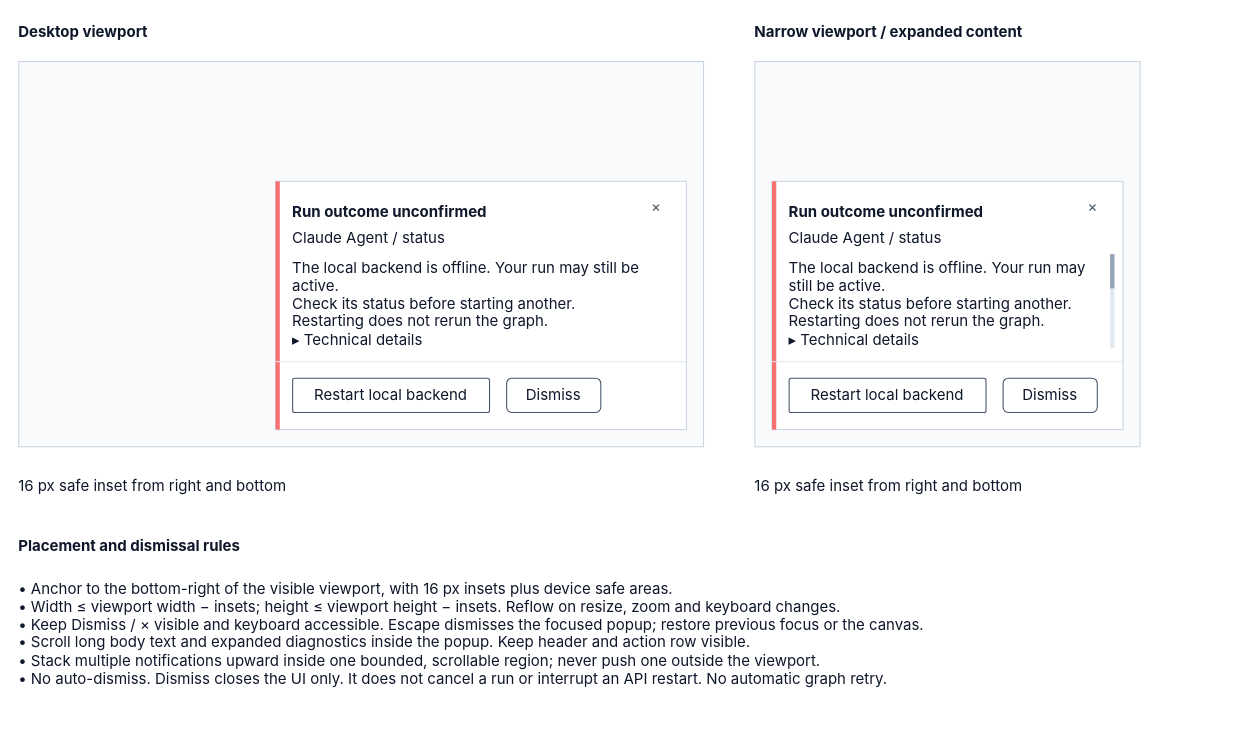
This is page "Popup placement and dismissal" (6 of 6) of projects/laomedo/subsystems/agent-execution/design/local-runner-recovery.drawio from amadou-6e/specs, a draw.io file, before an edit. Source tidied: cells renumbered, new cells numbered last; positions are measured from the earlier drawing's top-left corner, leaving out a move shared by most shapes. Both pictures are drawn from the tidied source at 107%, with x=0, y=0 at pixel (18, 18).
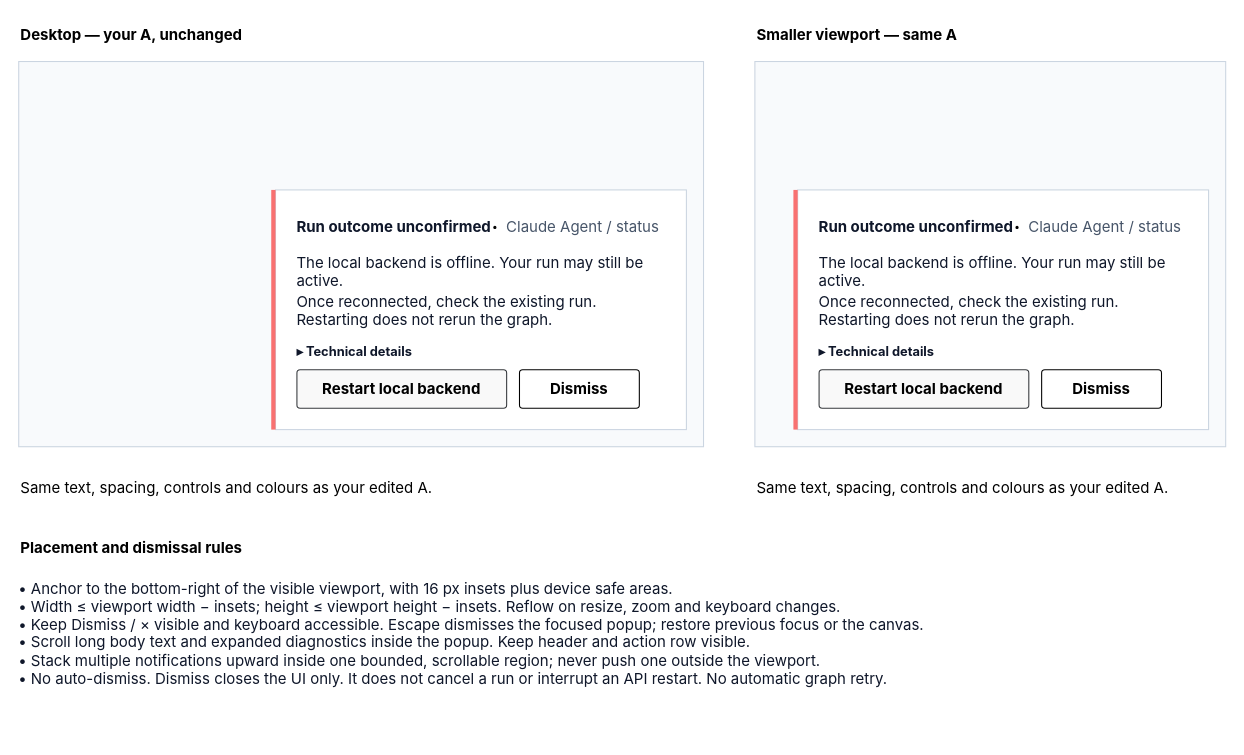
Above is the later version.

Commit message:
Use actual user-edited A in placement examples

What changed in the source:
```diff
@@
-    <mxCell id="2" value="Desktop viewport" style="fontFamily=Inter,Arial,sans-serif;fontSize=14;whiteSpace=wrap;html=1;text;fillColor=none;strokeColor=none;align=left;verticalAlign=top;spacing=0;fontColor=#0F172A;fontStyle=1;" parent="1" vertex="1">
-      <mxGeometry width="640" height="24" as="geometry" />
-    </mxCell>
-    <mxCell id="3" style="fontFamily=Inter,Arial,sans-serif;fontSize=14;whiteSpace=wrap;html=1;fillColor=#F8FAFC;strokeColor=#CBD5E1;" parent="1" vertex="1">
-      <mxGeometry y="40" width="640" height="360" as="geometry" />
-    </mxCell>
-    <mxCell id="4" style="fontFamily=Inter,Arial,sans-serif;fontSize=14;whiteSpace=wrap;html=1;fillColor=#FFFFFF;strokeColor=#CBD5E1;" parent="1" vertex="1">
-      <mxGeometry x="240" y="152" width="384" height="232" as="geometry" />
-    </mxCell>
-    <mxCell id="5" style="fontFamily=Inter,Arial,sans-serif;fontSize=14;whiteSpace=wrap;html=1;fillColor=#F87171;strokeColor=none;" parent="1" vertex="1">
-      <mxGeometry x="240" y="152" width="4" height="232" as="geometry" />
-    </mxCell>
-    <mxCell id="6" value="Run outcome unconfirmed" style="fontFamily=Inter,Arial,sans-serif;fontSize=14;whiteSpace=wrap;html=1;text;fillColor=none;strokeColor=none;align=left;verticalAlign=top;spacing=0;fontColor=#0F172A;fontStyle=1;" parent="1" vertex="1">
-      <mxGeometry x="256" y="168" width="320" height="24" as="geometry" />
-    </mxCell>
-    <mxCell id="7" value="×" style="fontFamily=Inter,Arial,sans-serif;fontSize=14;whiteSpace=wrap;html=1;fillColor=none;strokeColor=none;align=center;verticalAlign=middle;fontColor=#475569;" parent="1" vertex="1">
-      <mxGeometry x="580" y="160" width="32" height="32" as="geometry" />
-    </mxCell>
-    <mxCell id="8" value="Claude Agent / status" style="fontFamily=Inter,Arial,sans-serif;fontSize=14;whiteSpace=wrap;html=1;text;fillColor=none;strokeColor=none;align=left;verticalAlign=top;spacing=0;fontColor=#0F172A;fontStyle=0;" parent="1" vertex="1">
-      <mxGeometry x="256" y="192" width="352" height="24" as="geometry" />
-    </mxCell>
-    <mxCell id="9" value="The local backend is offline. Your run may still be active.&lt;br&gt;Check its status before starting another.&lt;br&gt;Restarting does not rerun the graph.&lt;br&gt;▸ Technical details" style="fontFamily=Inter,Arial,sans-serif;fontSize=14;whiteSpace=wrap;html=1;text;fillColor=none;strokeColor=none;align=left;verticalAlign=top;spacing=0;fontColor=#0F172A;fontStyle=0;" parent="1" vertex="1">
-      <mxGeometry x="256" y="220" width="344" height="88" as="geometry" />
-    </mxCell>
-    <mxCell id="10" style="fontFamily=Inter,Arial,sans-serif;fontSize=14;whiteSpace=wrap;html=1;fillColor=#E2E8F0;strokeColor=none;" parent="1" vertex="1">
-      <mxGeometry x="240" y="320" width="384" height="1" as="geometry" />
-    </mxCell>
-    <mxCell id="11" value="Restart local backend" style="fontFamily=Inter,Arial,sans-serif;fontSize=14;whiteSpace=wrap;html=1;fillColor=#FFFFFF;strokeColor=#475569;fontColor=#0F172A;rounded=1;arcSize=6;" parent="1" vertex="1">
-      <mxGeometry x="256" y="336" width="184" height="32" as="geometry" />
-    </mxCell>
-    <mxCell id="12" value="16 px safe inset from right and bottom" style="fontFamily=Inter,Arial,sans-serif;fontSize=14;whiteSpace=wrap;html=1;text;fillColor=none;strokeColor=none;align=left;verticalAlign=top;spacing=0;fontColor=#0F172A;fontStyle=0;" parent="1" vertex="1">
-      <mxGeometry y="424" width="640" height="24" as="geometry" />
-    </mxCell>
-    <mxCell id="13" value="Narrow viewport / expanded content" style="fontFamily=Inter,Arial,sans-serif;fontSize=14;whiteSpace=wrap;html=1;text;fillColor=none;strokeColor=none;align=left;verticalAlign=top;spacing=0;fontColor=#0F172A;fontStyle=1;" parent="1" vertex="1">
-      <mxGeometry x="688" width="360" height="24" as="geometry" />
-    </mxCell>
-    <mxCell id="14" style="fontFamily=Inter,Arial,sans-serif;fontSize=14;whiteSpace=wrap;html=1;fillColor=#F8FAFC;strokeColor=#CBD5E1;" parent="1" vertex="1">
-      <mxGeometry x="688" y="40" width="360" height="360" as="geometry" />
-    </mxCell>
-    <mxCell id="15" style="fontFamily=Inter,Arial,sans-serif;fontSize=14;whiteSpace=wrap;html=1;fillColor=#FFFFFF;strokeColor=#CBD5E1;" parent="1" vertex="1">
-      <mxGeometry x="704" y="152" width="328" height="232" as="geometry" />
-    </mxCell>
-    <mxCell id="16" style="fontFamily=Inter,Arial,sans-serif;fontSize=14;whiteSpace=wrap;html=1;fillColor=#F87171;strokeColor=none;" parent="1" vertex="1">
-      <mxGeometry x="704" y="152" width="4" height="232" as="geometry" />
-    </mxCell>
-    <mxCell id="17" value="Run outcome unconfirmed" style="fontFamily=Inter,Arial,sans-serif;fontSize=14;whiteSpace=wrap;html=1;text;fillColor=none;strokeColor=none;align=left;verticalAlign=top;spacing=0;fontColor=#0F172A;fontStyle=1;" parent="1" vertex="1">
-      <mxGeometry x="720" y="168" width="264" height="24" as="geometry" />
-    </mxCell>
-    <mxCell id="18" value="×" style="fontFamily=Inter,Arial,sans-serif;fontSize=14;whiteSpace=wrap;html=1;fillColor=none;strokeColor=none;align=center;verticalAlign=middle;fontColor=#475569;" parent="1" vertex="1">
-      <mxGeometry x="988" y="160" width="32" height="32" as="geometry" />
-    </mxCell>
-    <mxCell id="19" value="Claude Agent / status" style="fontFamily=Inter,Arial,sans-serif;fontSize=14;whiteSpace=wrap;html=1;text;fillColor=none;strokeColor=none;align=left;verticalAlign=top;spacing=0;fontColor=#0F172A;fontStyle=0;" parent="1" vertex="1">
-      <mxGeometry x="720" y="192" width="296" height="24" as="geometry" />
-    </mxCell>
-    <mxCell id="20" value="The local backend is offline. Your run may still be active.&lt;br&gt;Check its status before starting another.&lt;br&gt;Restarting does not rerun the graph.&lt;br&gt;▸ Technical details" style="fontFamily=Inter,Arial,sans-serif;fontSize=14;whiteSpace=wrap;html=1;text;fillColor=none;strokeColor=none;align=left;verticalAlign=top;spacing=0;fontColor=#0F172A;fontStyle=0;" parent="1" vertex="1">
-      <mxGeometry x="720" y="220" width="288" height="88" as="geometry" />
-    </mxCell>
-    <mxCell id="21" style="fontFamily=Inter,Arial,sans-serif;fontSize=14;whiteSpace=wrap;html=1;fillColor=#E2E8F0;strokeColor=none;" parent="1" vertex="1">
-      <mxGeometry x="1020" y="220" width="4" height="88" as="geometry" />
-    </mxCell>
-    <mxCell id="22" style="fontFamily=Inter,Arial,sans-serif;fontSize=14;whiteSpace=wrap;html=1;fillColor=#94A3B8;strokeColor=none;" parent="1" vertex="1">
-      <mxGeometry x="1020" y="220" width="4" height="32" as="geometry" />
-    </mxCell>
-    <mxCell id="23" style="fontFamily=Inter,Arial,sans-serif;fontSize=14;whiteSpace=wrap;html=1;fillColor=#E2E8F0;strokeColor=none;" parent="1" vertex="1">
-      <mxGeometry x="704" y="320" width="328" height="1" as="geometry" />
-    </mxCell>
-    <mxCell id="24" value="Restart local backend" style="fontFamily=Inter,Arial,sans-serif;fontSize=14;whiteSpace=wrap;html=1;fillColor=#FFFFFF;strokeColor=#475569;fontColor=#0F172A;rounded=1;arcSize=6;" parent="1" vertex="1">
-      <mxGeometry x="720" y="336" width="184" height="32" as="geometry" />
-    </mxCell>
-    <mxCell id="25" value="16 px safe inset from right and bottom" style="fontFamily=Inter,Arial,sans-serif;fontSize=14;whiteSpace=wrap;html=1;text;fillColor=none;strokeColor=none;align=left;verticalAlign=top;spacing=0;fontColor=#0F172A;fontStyle=0;" parent="1" vertex="1">
-      <mxGeometry x="688" y="424" width="360" height="24" as="geometry" />
-    </mxCell>
+    <mxCell id="27" value="• Anchor to the bottom-right of the visible viewport, with 16 px insets plus device safe areas.&lt;br&gt;• Width ≤ viewport width − insets; height ≤ viewport height − insets. Reflow on resize, zoom and keyboard changes.&lt;br&gt;• Keep Dismiss / × visible and keyboard accessible. Escape dismisses the focused popup; restore previous focus or the canvas.&lt;br&gt;• Scroll long body text and expanded diagnostics inside the popup. Keep header and action row visible.&lt;br&gt;• Stack multiple notifications upward inside one bounded, scrollable region; never push one outside the viewport.&lt;br&gt;• No auto-dismiss. Dismiss closes the UI only. It does not cancel a run or interrupt an API restart. No automatic graph retry." style="fontFamily=Inter,Arial,sans-serif;fontSize=14;whiteSpace=wrap;html=1;text;fillColor=none;strokeColor=none;align=left;verticalAlign=top;spacing=0;fontColor=#0F172A;fontStyle=0;" parent="1" vertex="1">
+      <mxGeometry y="520" width="1048" height="152" as="geometry" />
+    </mxCell>
+    <mxCell id="30" style="fillColor=#F8FAFC;strokeColor=#CBD5E1;" parent="1" vertex="1">
+      <mxGeometry y="40" width="640" height="360" as="geometry" />
+    </mxCell>
+    <mxCell id="31" value="Desktop — your A, unchanged" style="text;fontFamily=Inter,Arial,sans-serif;fontSize=14;whiteSpace=wrap;html=1;fillColor=none;strokeColor=none;align=left;verticalAlign=top;fontStyle=1;" parent="1" vertex="1">
+      <mxGeometry width="640" height="24" as="geometry" />
+    </mxCell>
+    <mxCell id="32" style="fontFamily=Inter,Arial,sans-serif;fontSize=14;whiteSpace=wrap;html=1;rounded=0;arcSize=8;absoluteArcSize=1;fillColor=#FFFFFF;strokeColor=#CBD5E1;" parent="1" vertex="1">
+      <mxGeometry x="240" y="160" width="384" height="224" as="geometry" />
+    </mxCell>
+    <mxCell id="33" style="fillColor=#F87171;strokeColor=none;" parent="1" vertex="1">
+      <mxGeometry x="236" y="160" width="4" height="224" as="geometry" />
+    </mxCell>
+    <mxCell id="34" value="&lt;div style=&quot;line-height:22px;&quot;&gt;Run outcome unconfirmed&lt;/div&gt;" style="fontFamily=Inter,Arial,sans-serif;fontSize=14;whiteSpace=wrap;html=1;text;strokeColor=none;fillColor=none;align=left;verticalAlign=top;spacing=0;fontColor=#0F172A;fontStyle=1;" parent="1" vertex="1">
+      <mxGeometry x="260" y="179" width="300" height="24" as="geometry" />
+    </mxCell>
+    <mxCell id="35" value="&lt;div style=&quot;line-height:22px;&quot;&gt;Claude Agent / status&lt;/div&gt;" style="fontFamily=Inter,Arial,sans-serif;fontSize=14;whiteSpace=wrap;html=1;text;strokeColor=none;fillColor=none;align=left;verticalAlign=top;spacing=0;fontColor=#475569;fontStyle=0;" parent="1" vertex="1">
+      <mxGeometry x="456" y="179" width="152" height="24" as="geometry" />
+    </mxCell>
+    <mxCell id="36" value="&lt;div&gt;The local backend is offline. Your run may still be active.&lt;/div&gt;" style="fontFamily=Inter,Arial,sans-serif;fontSize=14;whiteSpace=wrap;html=1;text;strokeColor=none;fillColor=none;align=left;verticalAlign=top;spacing=0;fontColor=#0F172A;fontStyle=0;" parent="1" vertex="1">
+      <mxGeometry x="260" y="215" width="344" height="48" as="geometry" />
+    </mxCell>
+    <mxCell id="37" value="Restart local backend" style="fontFamily=Inter,Arial,sans-serif;fontSize=14;whiteSpace=wrap;html=1;rounded=1;arcSize=6;absoluteArcSize=1;fillColor=#F9F9F9;strokeColor=#36393d;fontStyle=1;align=center;verticalAlign=middle;" parent="1" vertex="1">
+      <mxGeometry x="260" y="328" width="196" height="36" as="geometry" />
+    </mxCell>
+    <mxCell id="38" value="&lt;div&gt;Once reconnected, check the existing run.&lt;br&gt;Restarting does not rerun the graph.&lt;/div&gt;" style="fontFamily=Inter,Arial,sans-serif;fontSize=14;whiteSpace=wrap;html=1;text;strokeColor=none;fillColor=none;align=left;verticalAlign=top;spacing=0;fontColor=#0F172A;fontStyle=0;" parent="1" vertex="1">
+      <mxGeometry x="260" y="252" width="344" height="44" as="geometry" />
+    </mxCell>
+    <mxCell id="39" value="&lt;div style=&quot;line-height:22px;&quot;&gt;&lt;font style=&quot;font-size: 12px;&quot;&gt;▸ Technical details&lt;/font&gt;&lt;/div&gt;" style="fontFamily=Inter,Arial,sans-serif;fontSize=14;whiteSpace=wrap;html=1;text;strokeColor=none;fillColor=none;align=left;verticalAlign=top;spacing=0;fontColor=#0F172A;fontStyle=1;" parent="1" vertex="1">
+      <mxGeometry x="260" y="295" width="344" height="24" as="geometry" />
+    </mxCell>
+    <mxCell id="40" style="ellipse;whiteSpace=wrap;html=1;shapeInside=1;fillColor=#000000;" parent="1" vertex="1">
+      <mxGeometry x="444" y="194" width="2" height="2" as="geometry" />
+    </mxCell>
+    <mxCell id="41" value="Dismiss" style="fontFamily=Inter,Arial,sans-serif;fontSize=14;whiteSpace=wrap;html=1;rounded=1;arcSize=6;absoluteArcSize=1;fontStyle=1;align=center;verticalAlign=middle;" parent="1" vertex="1">
+      <mxGeometry x="468" y="328" width="112" height="36" as="geometry" />
+    </mxCell>
+    <mxCell id="42" value="Same text, spacing, controls and colours as your edited A." style="text;fontFamily=Inter,Arial,sans-serif;fontSize=14;whiteSpace=wrap;html=1;fillColor=none;strokeColor=none;align=left;verticalAlign=top;" parent="1" vertex="1">
+      <mxGeometry y="424" width="640" height="40" as="geometry" />
+    </mxCell>
+    <mxCell id="43" style="fillColor=#F8FAFC;strokeColor=#CBD5E1;" parent="1" vertex="1">
+      <mxGeometry x="688" y="40" width="440" height="360" as="geometry" />
+    </mxCell>
+    <mxCell id="44" value="Smaller viewport — same A" style="text;fontFamily=Inter,Arial,sans-serif;fontSize=14;whiteSpace=wrap;html=1;fillColor=none;strokeColor=none;align=left;verticalAlign=top;fontStyle=1;" parent="1" vertex="1">
+      <mxGeometry x="688" width="440" height="24" as="geometry" />
+    </mxCell>
+    <mxCell id="45" style="fontFamily=Inter,Arial,sans-serif;fontSize=14;whiteSpace=wrap;html=1;rounded=0;arcSize=8;absoluteArcSize=1;fillColor=#FFFFFF;strokeColor=#CBD5E1;" parent="1" vertex="1">
+      <mxGeometry x="728" y="160" width="384" height="224" as="geometry" />
+    </mxCell>
+    <mxCell id="46" style="fillColor=#F87171;strokeColor=none;" parent="1" vertex="1">
+      <mxGeometry x="724" y="160" width="4" height="224" as="geometry" />
+    </mxCell>
+    <mxCell id="47" value="&lt;div style=&quot;line-height:22px;&quot;&gt;Run outcome unconfirmed&lt;/div&gt;" style="fontFamily=Inter,Arial,sans-serif;fontSize=14;whiteSpace=wrap;html=1;text;strokeColor=none;fillColor=none;align=left;verticalAlign=top;spacing=0;fontColor=#0F172A;fontStyle=1;" parent="1" vertex="1">
+      <mxGeometry x="748" y="179" width="300" height="24" as="geometry" />
+    </mxCell>
+    <mxCell id="48" value="&lt;div style=&quot;line-height:22px;&quot;&gt;Claude Agent / status&lt;/div&gt;" style="fontFamily=Inter,Arial,sans-serif;fontSize=14;whiteSpace=wrap;html=1;text;strokeColor=none;fillColor=none;align=left;verticalAlign=top;spacing=0;fontColor=#475569;fontStyle=0;" parent="1" vertex="1">
+      <mxGeometry x="944" y="179" width="152" height="24" as="geometry" />
+    </mxCell>
+    <mxCell id="49" value="&lt;div&gt;The local backend is offline. Your run may still be active.&lt;/div&gt;" style="fontFamily=Inter,Arial,sans-serif;fontSize=14;whiteSpace=wrap;html=1;text;strokeColor=none;fillColor=none;align=left;verticalAlign=top;spacing=0;fontColor=#0F172A;fontStyle=0;" parent="1" vertex="1">
+      <mxGeometry x="748" y="215" width="344" height="48" as="geometry" />
+    </mxCell>
+    <mxCell id="50" value="Restart local backend" style="fontFamily=Inter,Arial,sans-serif;fontSize=14;whiteSpace=wrap;html=1;rounded=1;arcSize=6;absoluteArcSize=1;fillColor=#F9F9F9;strokeColor=#36393d;fontStyle=1;align=center;verticalAlign=middle;" parent="1" vertex="1">
+      <mxGeometry x="748" y="328" width="196" height="36" as="geometry" />
+    </mxCell>
+    <mxCell id="51" value="&lt;div&gt;Once reconnected, check the existing run.&lt;br&gt;Restarting does not rerun the graph.&lt;/div&gt;" style="fontFamily=Inter,Arial,sans-serif;fontSize=14;whiteSpace=wrap;html=1;text;strokeColor=none;fillColor=none;align=left;verticalAlign=top;spacing=0;fontColor=#0F172A;fontStyle=0;" parent="1" vertex="1">
+      <mxGeometry x="748" y="252" width="344" height="44" as="geometry" />
+    </mxCell>
+    <mxCell id="52" value="&lt;div style=&quot;line-height:22px;&quot;&gt;&lt;font style=&quot;font-size: 12px;&quot;&gt;▸ Technical details&lt;/font&gt;&lt;/div&gt;" style="fontFamily=Inter,Arial,sans-serif;fontSize=14;whiteSpace=wrap;html=1;text;strokeColor=none;fillColor=none;align=left;verticalAlign=top;spacing=0;fontColor=#0F172A;fontStyle=1;" parent="1" vertex="1">
+      <mxGeometry x="748" y="295" width="344" height="24" as="geometry" />
+    </mxCell>
+    <mxCell id="53" style="ellipse;whiteSpace=wrap;html=1;shapeInside=1;fillColor=#000000;" parent="1" vertex="1">
+      <mxGeometry x="932" y="194" width="2" height="2" as="geometry" />
+    </mxCell>
+    <mxCell id="54" value="Dismiss" style="fontFamily=Inter,Arial,sans-serif;fontSize=14;whiteSpace=wrap;html=1;rounded=1;arcSize=6;absoluteArcSize=1;fontStyle=1;align=center;verticalAlign=middle;" parent="1" vertex="1">
+      <mxGeometry x="956" y="328" width="112" height="36" as="geometry" />
+    </mxCell>
+    <mxCell id="55" value="Same text, spacing, controls and colours as your edited A." style="text;fontFamily=Inter,Arial,sans-serif;fontSize=14;whiteSpace=wrap;html=1;fillColor=none;strokeColor=none;align=left;verticalAlign=top;" parent="1" vertex="1">
+      <mxGeometry x="688" y="424" width="440" height="40" as="geometry" />
+    </mxCell>
-    <mxCell id="26" value="Placement and dismissal rules" style="fontFamily=Inter,Arial,sans-serif;fontSize=14;whiteSpace=wrap;html=1;text;fillColor=none;strokeColor=none;align=left;verticalAlign=top;spacing=0;fontColor=#0F172A;fontStyle=1;" parent="1" vertex="1">
-      <mxGeometry y="480" width="1048" height="24" as="geometry" />
+    <mxCell id="26" value="Placement and dismissal rules" style="text;fontFamily=Inter,Arial,sans-serif;fontSize=14;whiteSpace=wrap;html=1;fillColor=none;strokeColor=none;align=left;verticalAlign=top;fontStyle=1;" parent="1" vertex="1">
+      <mxGeometry y="480" width="1120" height="24" as="geometry" />
     </mxCell>
-    <mxCell id="27" value="• Anchor to the bottom-right of the visible viewport, with 16 px insets plus device safe areas.&lt;br&gt;• Width ≤ viewport width − insets; height ≤ viewport height − insets. Reflow on resize, zoom and keyboard changes.&lt;br&gt;• Keep Dismiss / × visible and keyboard accessible. Escape dismisses the focused popup; restore previous focus or the canvas.&lt;br&gt;• Scroll long body text and expanded diagnostics inside the popup. Keep header and action row visible.&lt;br&gt;• Stack multiple notifications upward inside one bounded, scrollable region; never push one outside the viewport.&lt;br&gt;• No auto-dismiss. Dismiss closes the UI only. It does not cancel a run or interrupt an API restart. No automatic graph retry." style="fontFamily=Inter,Arial,sans-serif;fontSize=14;whiteSpace=wrap;html=1;text;fillColor=none;strokeColor=none;align=left;verticalAlign=top;spacing=0;fontColor=#0F172A;fontStyle=0;" parent="1" vertex="1">
-      <mxGeometry y="520" width="1048" height="152" as="geometry" />
-    </mxCell>
-    <mxCell id="28" value="Dismiss" style="fontFamily=Inter,Arial,sans-serif;fontSize=14;whiteSpace=wrap;html=1;fillColor=#FFFFFF;strokeColor=#475569;fontColor=#0F172A;rounded=1;" parent="1" vertex="1">
-      <mxGeometry x="456" y="336" width="88" height="32" as="geometry" />
-    </mxCell>
-    <mxCell id="29" value="Dismiss" style="fontFamily=Inter,Arial,sans-serif;fontSize=14;whiteSpace=wrap;html=1;fillColor=#FFFFFF;strokeColor=#475569;fontColor=#0F172A;rounded=1;" parent="1" vertex="1">
-      <mxGeometry x="920" y="336" width="88" height="32" as="geometry" />
-    </mxCell>
```
